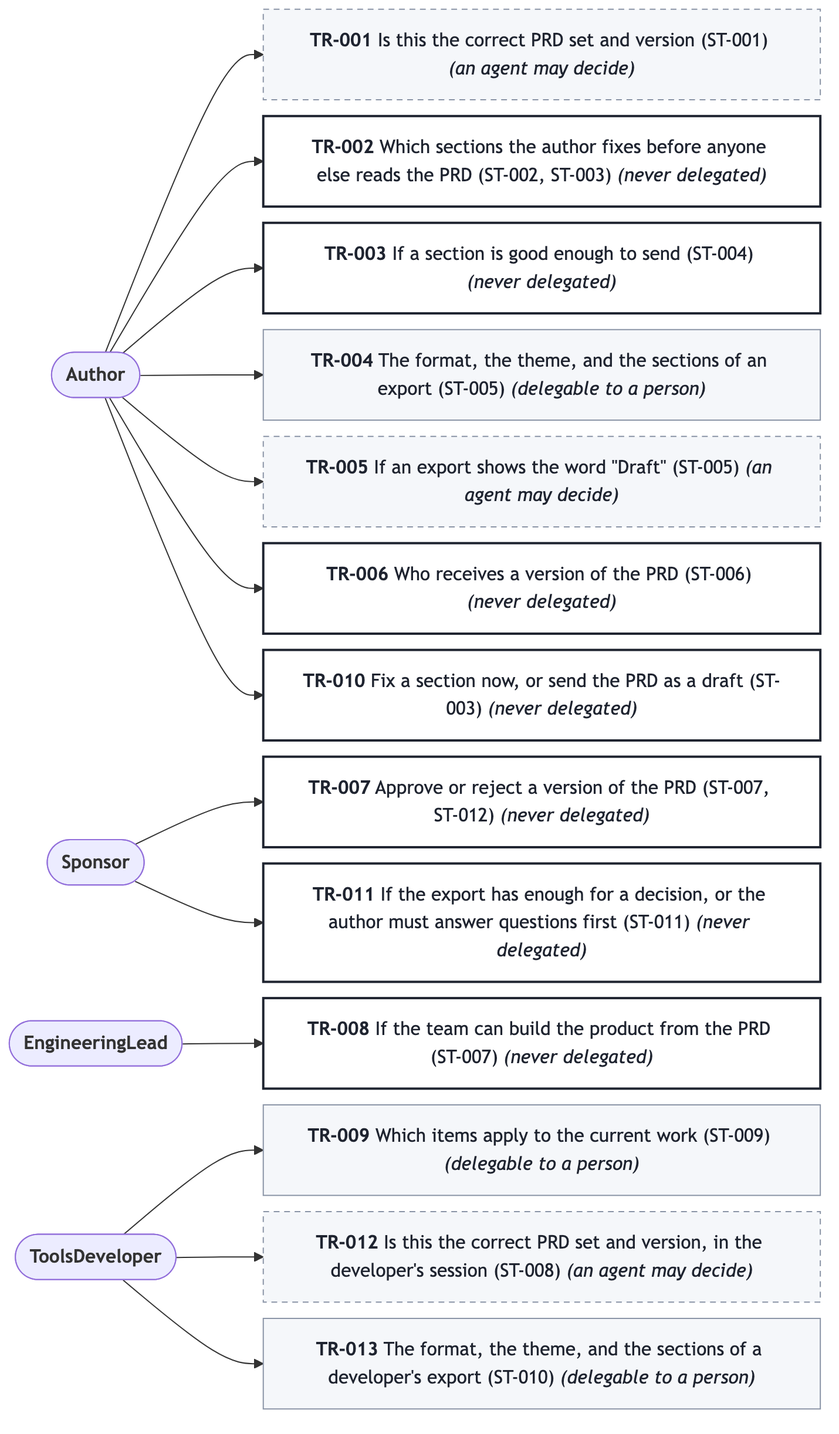
Earlier version of the Mermaid export docs/prd/prd-forge-viewer/diagrams/decision-rights.png (SpillwaveSolutions/prd-forge-viewer). Its source is kept beside it as docs/prd/prd-forge-viewer/diagrams/decision-rights.mmd.
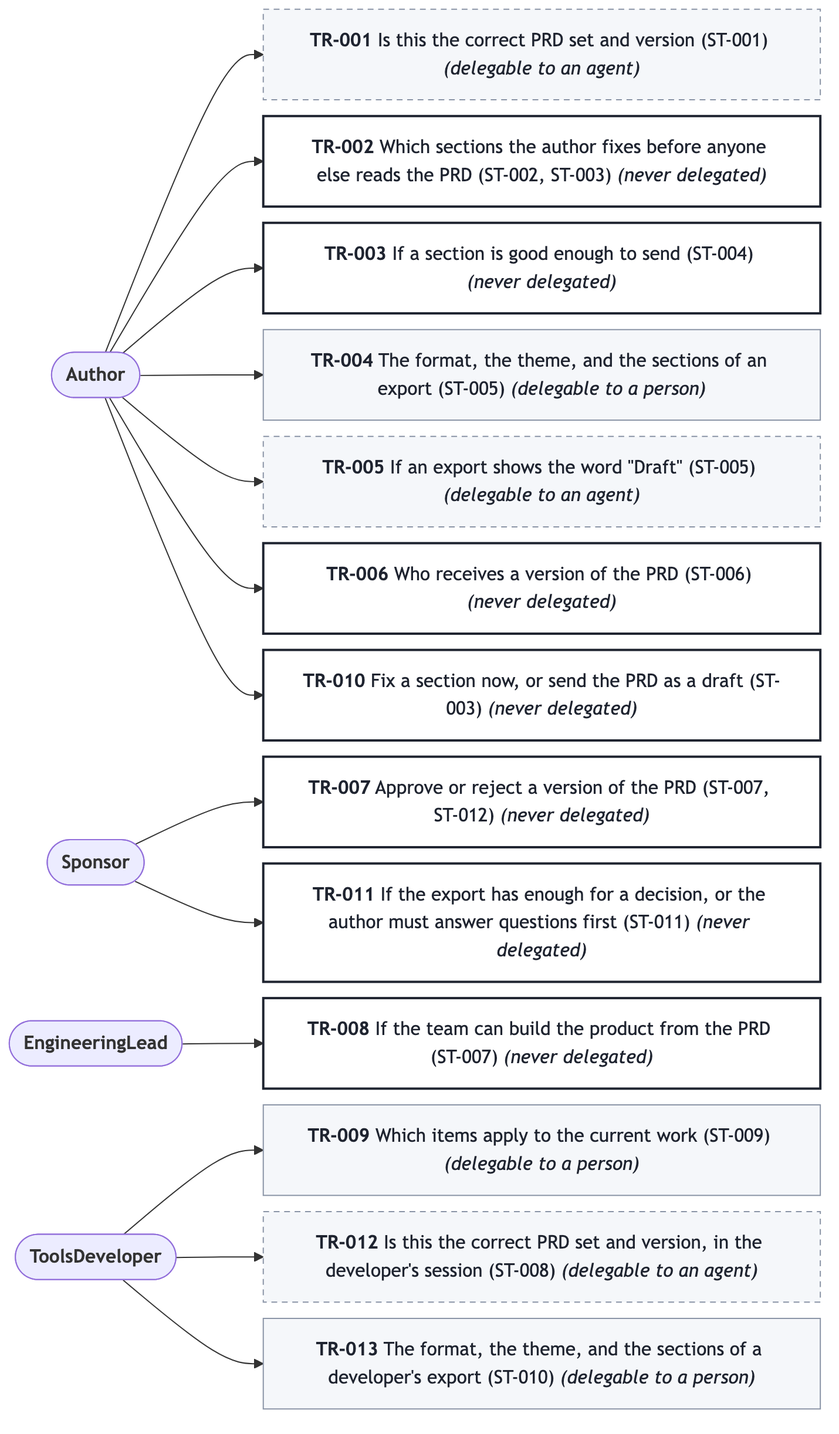
Above is the later version.

What changed in the source:
```diff
@@ -4,7 +4,7 @@
   APER004(["<b>Sponsor</b>"])
   APER003(["<b>EngineeringLead</b>"])
   APER002(["<b>ToolsDeveloper</b>"])
-  DTR001["<b>TR-001</b> Is this the correct PRD set and version (ST-001) <i>(an agent may decide)</i>"]
+  DTR001["<b>TR-001</b> Is this the correct PRD set and version (ST-001) <i>(delegable to an agent)</i>"]
   APER001 --> DTR001
   DTR002["<b>TR-002</b> Which sections the author fixes before anyone else reads the PRD (ST-002, ST-003) <i>(never delegated)</i>"]
   APER001 --> DTR002
@@ -12,7 +12,7 @@
   APER001 --> DTR003
   DTR004["<b>TR-004</b> The format, the theme, and the sections of an export (ST-005) <i>(delegable to a person)</i>"]
   APER001 --> DTR004
-  DTR005["<b>TR-005</b> If an export shows the word #quot;Draft#quot; (ST-005) <i>(an agent may decide)</i>"]
+  DTR005["<b>TR-005</b> If an export shows the word #quot;Draft#quot; (ST-005) <i>(delegable to an agent)</i>"]
   APER001 --> DTR005
   DTR006["<b>TR-006</b> Who receives a version of the PRD (ST-006) <i>(never delegated)</i>"]
   APER001 --> DTR006
@@ -26,7 +26,7 @@
   APER001 --> DTR010
   DTR011["<b>TR-011</b> If the export has enough for a decision, or the author must answer questions first (ST-011) <i>(never delegated)</i>"]
   APER004 --> DTR011
-  DTR012["<b>TR-012</b> Is this the correct PRD set and version, in the developer's session (ST-008) <i>(an agent may decide)</i>"]
+  DTR012["<b>TR-012</b> Is this the correct PRD set and version, in the developer's session (ST-008) <i>(delegable to an agent)</i>"]
   APER002 --> DTR012
   DTR013["<b>TR-013</b> The format, the theme, and the sections of a developer's export (ST-010) <i>(delegable to a person)</i>"]
   APER002 --> DTR013
```
